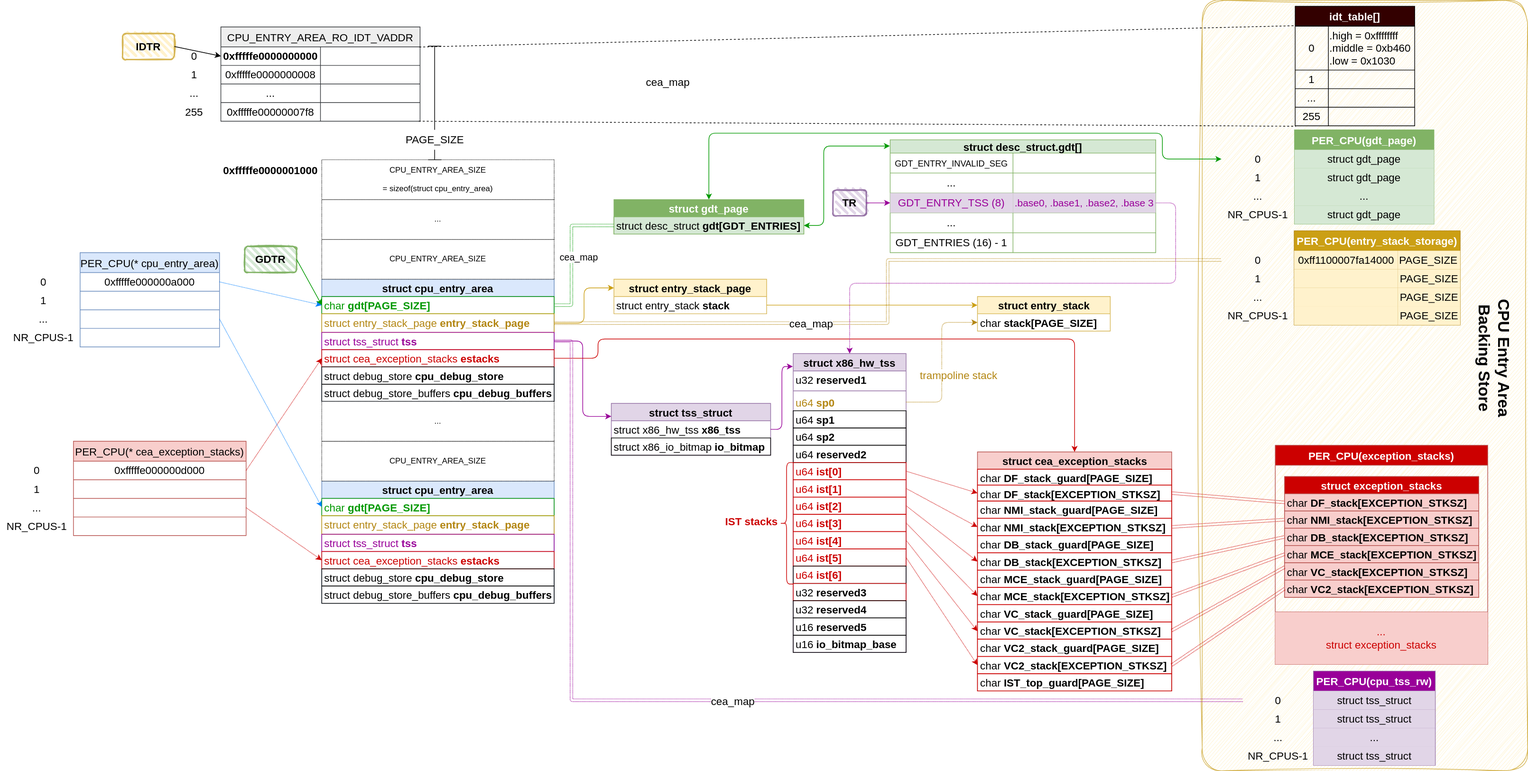
Earlier version of the draw.io export kernel/pic/cpu_entry_area.svg (freelancer-leon/notes). Source tidied: cells renumbered, new cells last; positions are measured from the earlier drawing's top-left corner, leaving out a move shared by most shapes.
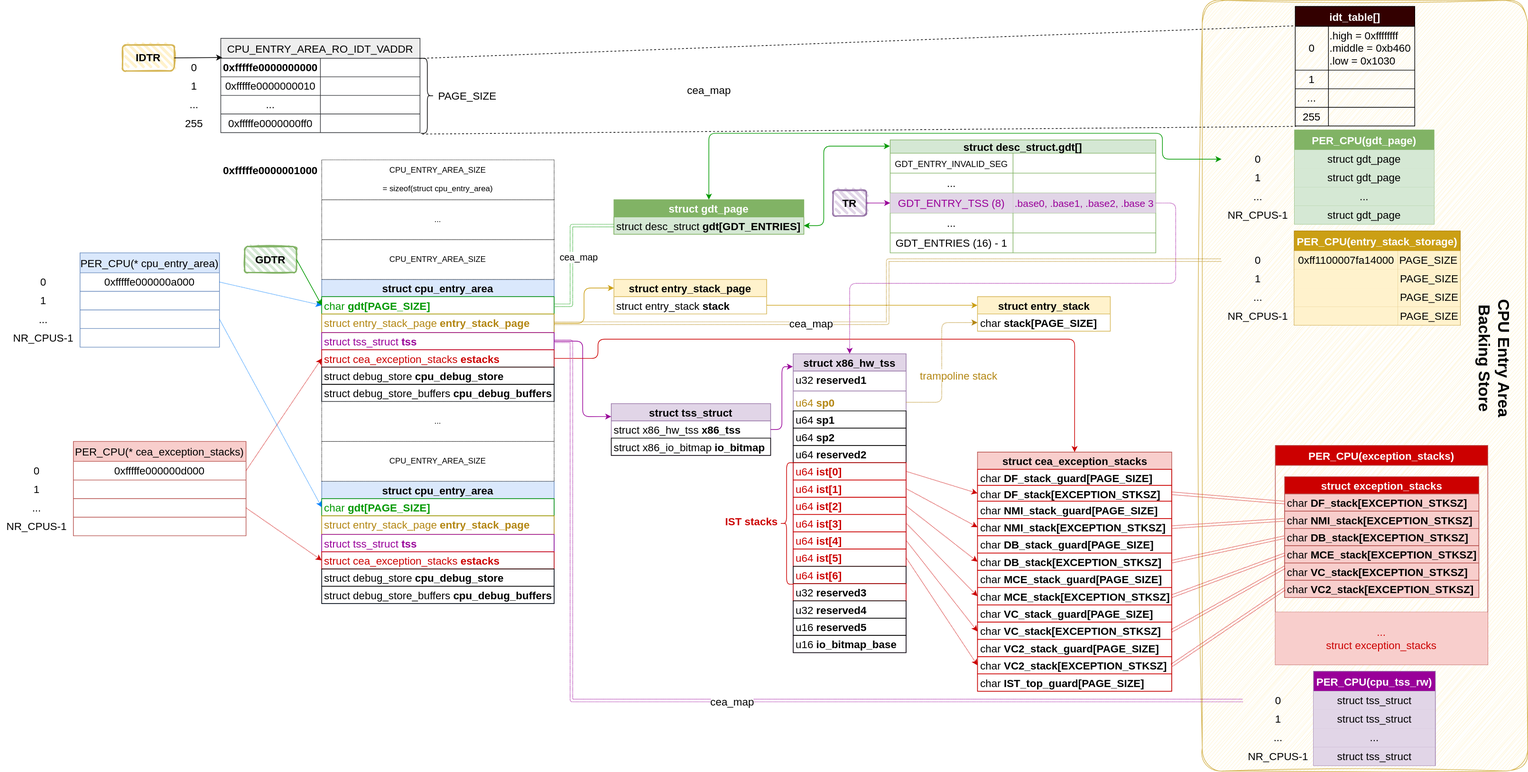
After the commit.

Change to the diagram source:
```diff
@@ -225,7 +225,7 @@
       <mxGeometry y="156" width="292.5" height="26" as="geometry" />
     </mxCell>
     <mxCell id="74" style="group;" parent="1" vertex="1">
-      <mxGeometry x="262" y="40" width="360" height="142" as="geometry" />
+      <mxGeometry x="262" y="57" width="360" height="142" as="geometry" />
     </mxCell>
     <mxCell id="75" value="CPU_ENTRY_AREA_RO_IDT_VADDR" style="shape=table;startSize=30;strokeColor=#36393d;fontSize=16;fillColor=#eeeeee;" parent="74" vertex="1">
       <mxGeometry x="70" width="300" height="142" as="geometry" />
@@ -242,7 +242,7 @@
     <mxCell id="79" style="shape=tableRow;horizontal=0;startSize=0;swimlaneHead=0;swimlaneBody=0;strokeColor=inherit;top=0;left=0;bottom=0;right=0;fillColor=none;fontSize=16;" parent="75" vertex="1">
       <mxGeometry y="58" width="300" height="28" as="geometry" />
     </mxCell>
-    <mxCell id="80" value=" 0xfffffe0000000008" style="shape=partialRectangle;html=1;whiteSpace=wrap;strokeColor=inherit;overflow=hidden;fillColor=none;top=0;left=0;bottom=0;right=0;fontSize=16;" parent="79" vertex="1">
+    <mxCell id="80" value=" 0xfffffe0000000010" style="shape=partialRectangle;html=1;whiteSpace=wrap;strokeColor=inherit;overflow=hidden;fillColor=none;top=0;left=0;bottom=0;right=0;fontSize=16;" parent="79" vertex="1">
       <mxGeometry width="150" height="28" as="geometry" />
     </mxCell>
     <mxCell id="81" style="shape=partialRectangle;html=1;whiteSpace=wrap;strokeColor=inherit;overflow=hidden;fillColor=none;top=0;left=0;bottom=0;right=0;fontSize=16;" parent="79" vertex="1">
@@ -260,7 +260,7 @@
     <mxCell id="85" style="shape=tableRow;horizontal=0;startSize=0;swimlaneHead=0;swimlaneBody=0;strokeColor=inherit;top=0;left=0;bottom=0;right=0;fillColor=none;points=[[0,0.5],[1,0.5]];portConstraint=eastwest;fontSize=16;" parent="75" vertex="1">
       <mxGeometry y="114" width="300" height="28" as="geometry" />
     </mxCell>
-    <mxCell id="86" value="0xfffffe00000007f8" style="shape=partialRectangle;html=1;whiteSpace=wrap;strokeColor=inherit;overflow=hidden;fillColor=none;top=0;left=0;bottom=0;right=0;fontSize=16;" parent="85" vertex="1">
+    <mxCell id="86" value="0xfffffe0000000ff0" style="shape=partialRectangle;html=1;whiteSpace=wrap;strokeColor=inherit;overflow=hidden;fillColor=none;top=0;left=0;bottom=0;right=0;fontSize=16;" parent="85" vertex="1">
       <mxGeometry width="150" height="28" as="geometry" />
     </mxCell>
     <mxCell id="87" style="shape=partialRectangle;html=1;whiteSpace=wrap;strokeColor=inherit;overflow=hidden;fillColor=none;top=0;left=0;bottom=0;right=0;fontSize=16;" parent="85" vertex="1">
@@ -595,10 +595,8 @@
     <mxCell id="194" style="endArrow=none;dashed=1;html=1;exitX=0.996;exitY=0.012;exitDx=0;exitDy=0;exitPerimeter=0;entryX=-0.003;entryY=-0.012;entryDx=0;entryDy=0;entryPerimeter=0;" parent="1" edge="1" source="76" target="4">
       <mxGeometry relative="1" as="geometry" />
     </mxCell>
-    <mxCell id="195" style="endArrow=none;dashed=1;html=1;entryX=0.007;entryY=1.022;entryDx=0;entryDy=0;entryPerimeter=0;" parent="1" edge="1" target="13">
-      <mxGeometry relative="1" as="geometry">
-        <mxPoint x="630" y="182" as="sourcePoint" />
-      </mxGeometry>
+    <mxCell id="195" style="endArrow=none;dashed=1;html=1;entryX=0.007;entryY=1.022;entryDx=0;entryDy=0;entryPerimeter=0;exitX=1.011;exitY=1.079;exitDx=0;exitDy=0;exitPerimeter=0;" parent="1" edge="1" source="85" target="13">
+      <mxGeometry relative="1" as="geometry" />
     </mxCell>
     <mxCell id="196" style="endArrow=classic;html=1;entryX=0;entryY=0.5;entryDx=0;entryDy=0;exitX=1;exitY=0.5;exitDx=0;exitDy=0;edgeStyle=orthogonalEdgeStyle;shape=link;dashed=1;strokeColor=#009900;dashPattern=1 1;" parent="1" edge="1" source="17" target="172">
       <mxGeometry relative="1" as="geometry">
@@ -753,7 +751,7 @@
       <mxGeometry x="2130" y="510" width="240" height="58" as="geometry" />
     </mxCell>
     <mxCell id="242" value="&lt;font style=&quot;font-size: 16px;&quot;&gt;cea_map&lt;/font&gt;" style="text;html=1;align=center;verticalAlign=middle;strokeColor=none;fillColor=none;" parent="1" vertex="1">
-      <mxGeometry x="960" y="108" width="90" height="30" as="geometry" />
+      <mxGeometry x="1022" y="120" width="90" height="30" as="geometry" />
     </mxCell>
     <mxCell id="243" value="&lt;pre tabindex=&quot;0&quot; class=&quot;language-cpp&quot;&gt;&lt;code class=&quot;language-cpp&quot;&gt;&lt;font face=&quot;Helvetica&quot;&gt;CPU_ENTRY_AREA_SIZE&lt;/font&gt;&lt;/code&gt;&lt;/pre&gt;" style="rounded=0;whiteSpace=wrap;html=1;dashed=1;dashPattern=1 1;" parent="1" vertex="1">
       <mxGeometry x="484" y="664" width="350" height="60" as="geometry" />
@@ -762,9 +760,9 @@
       <mxGeometry x="484" y="604" width="350" height="60" as="geometry" />
     </mxCell>
     <mxCell id="245" value="&lt;b&gt;&lt;font style=&quot;font-size: 16px;&quot;&gt;IDTR&lt;/font&gt;&lt;/b&gt;" style="rounded=1;whiteSpace=wrap;html=1;strokeWidth=2;fillWeight=4;hachureGap=8;hachureAngle=45;fillColor=#fff2cc;sketch=1;strokeColor=#d6b656;" parent="1" vertex="1">
-      <mxGeometry x="184" y="50" width="78" height="39" as="geometry" />
+      <mxGeometry x="184" y="67" width="78" height="39" as="geometry" />
     </mxCell>
-    <mxCell id="246" style="endArrow=classic;html=1;exitX=1;exitY=0.5;exitDx=0;exitDy=0;entryX=0;entryY=0.5;entryDx=0;entryDy=0;" parent="1" edge="1" source="245" target="76">
+    <mxCell id="246" style="endArrow=classic;html=1;exitX=1;exitY=0.5;exitDx=0;exitDy=0;entryX=0.007;entryY=0.204;entryDx=0;entryDy=0;entryPerimeter=0;" parent="1" edge="1" source="245" target="75">
       <mxGeometry relative="1" as="geometry" />
     </mxCell>
     <mxCell id="247" value="&lt;b&gt;&lt;font style=&quot;font-size: 16px;&quot;&gt;GDTR&lt;/font&gt;&lt;/b&gt;" style="rounded=1;whiteSpace=wrap;html=1;strokeWidth=2;fillWeight=4;hachureGap=8;hachureAngle=45;fillColor=#d5e8d4;sketch=1;strokeColor=#82b366;" parent="1" vertex="1">
@@ -850,14 +848,11 @@
     <mxCell id="270" value="&lt;b&gt;&lt;font style=&quot;color: rgb(204, 0, 0); font-size: 16px;&quot;&gt;IST stacks&lt;/font&gt;&lt;/b&gt;" style="text;html=1;align=center;verticalAlign=middle;strokeColor=none;fillColor=none;" parent="1" vertex="1">
       <mxGeometry x="1081" y="770" width="100" height="30" as="geometry" />
     </mxCell>
-    <mxCell id="271" style="group;" parent="1" vertex="1">
-      <mxGeometry x="599" y="69" width="110" height="171" as="geometry" />
-    </mxCell>
-    <mxCell id="272" style="shape=crossbar;whiteSpace=wrap;html=1;rounded=1;direction=south;" parent="271" vertex="1">
-      <mxGeometry x="45" width="20" height="171" as="geometry" />
-    </mxCell>
+    <mxCell id="274" style="shape=curlyBracket;whiteSpace=wrap;html=1;rounded=1;flipH=1;labelPosition=right;verticalLabelPosition=middle;align=left;verticalAlign=middle;" parent="1" vertex="1">
+      <mxGeometry x="633" y="87" width="20" height="113" as="geometry" />
+    </mxCell>
-    <mxCell id="273" value="&lt;font style=&quot;font-size: 16px;&quot;&gt;PAGE_SIZE&lt;/font&gt;" style="text;html=1;align=center;verticalAlign=middle;fillColor=default;" parent="271" vertex="1">
-      <mxGeometry y="126" width="110" height="30" as="geometry" />
+    <mxCell id="273" value="&lt;font style=&quot;font-size: 16px;&quot;&gt;PAGE_SIZE&lt;/font&gt;" style="text;html=1;align=center;verticalAlign=middle;strokeColor=none;fillColor=none;" parent="1" vertex="1">
+      <mxGeometry x="648" y="128.5" width="110" height="30" as="geometry" />
     </mxCell>
   </root>
 </mxGraphModel>
```
